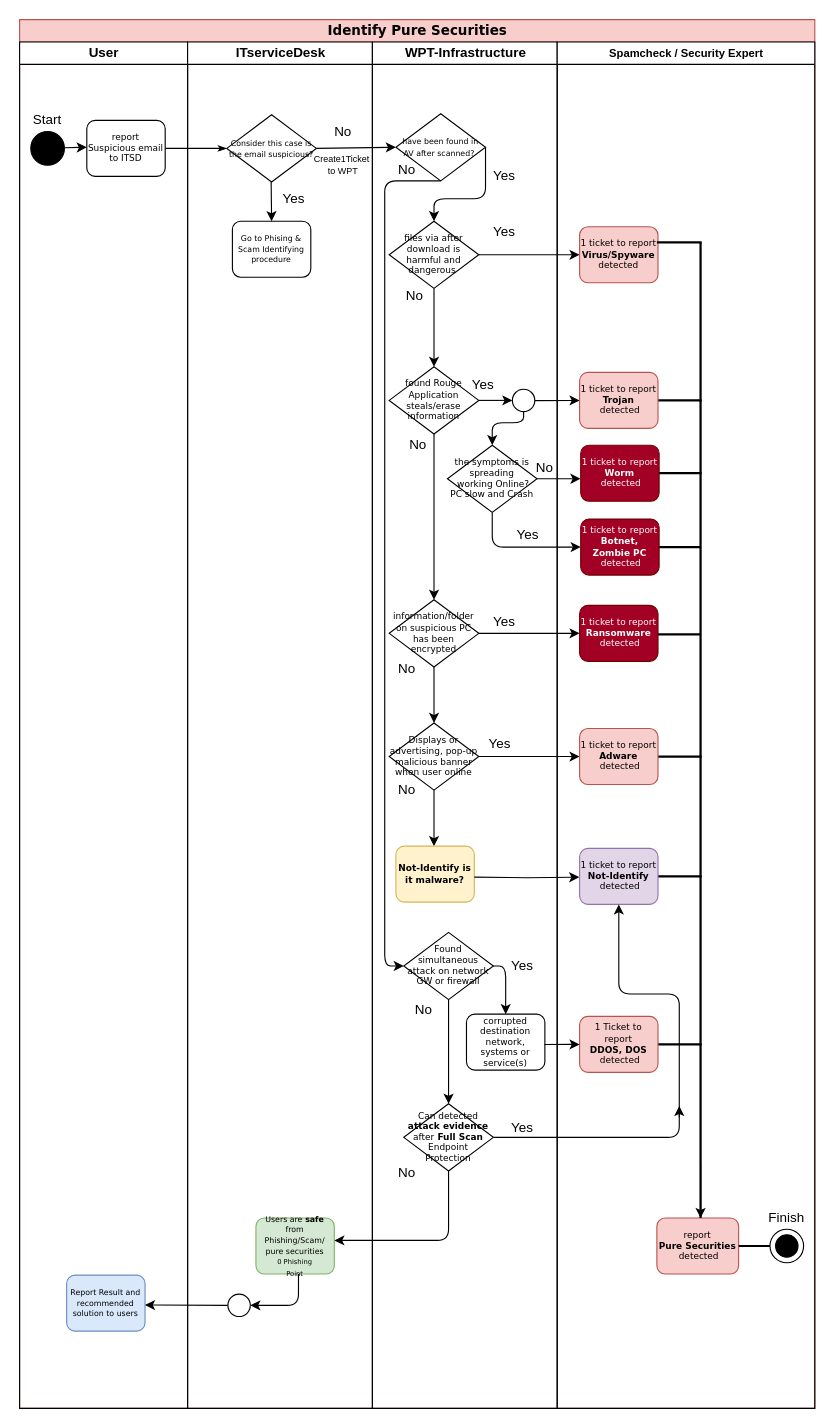
This is Untitled Diagram.drawio from psukasame/sukasamecloud, a draw.io file, before an edit. Source tidied: cells renumbered, new cells numbered last; positions are measured from the earlier drawing's top-left corner, leaving out a move shared by most shapes. Both pictures are drawn from the tidied source at 112%, with x=0, y=0 at pixel (19, 19).
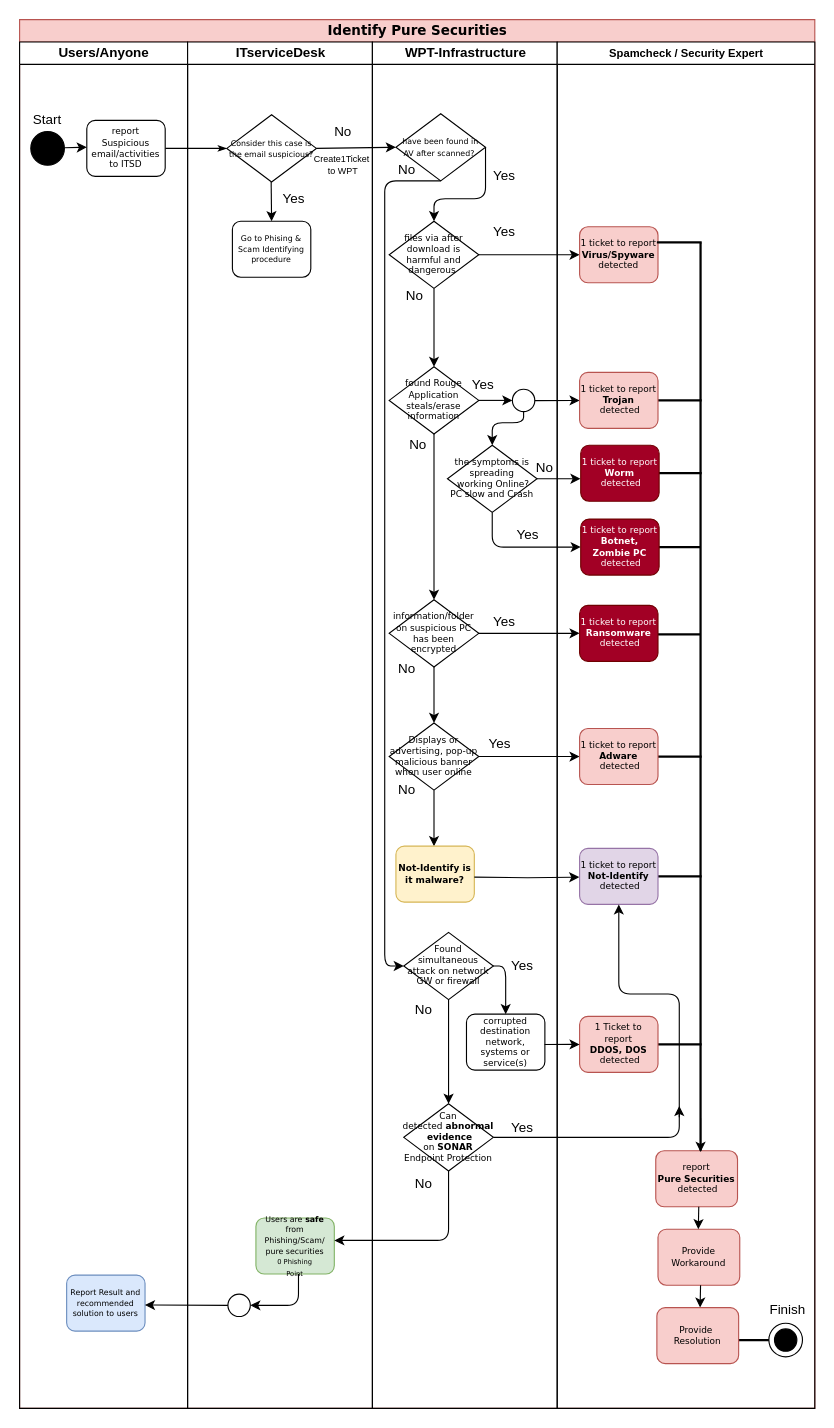
The same diagram, later.

Unchanged cells that the change refers to:
```xml
<mxCell id="2" value="&lt;font style=&quot;font-size: 12px&quot;&gt;Identify Pure Securities&lt;/font&gt;" style="swimlane;html=1;startSize=20;rounded=0;shadow=0;labelBackgroundColor=none;strokeWidth=1;fontFamily=Verdana;fontSize=8;align=center;fillColor=#f8cecc;strokeColor=#b85450;" parent="1" vertex="1">
  <mxGeometry width="710" height="1240" as="geometry" />
</mxCell>
<mxCell id="22" value="WPT-Infrastructure" style="swimlane;html=1;startSize=20;" parent="2" vertex="1">
  <mxGeometry x="315" y="20" width="165" height="1220" as="geometry" />
</mxCell>
<mxCell id="67" value="&lt;font style=&quot;font-size: 10px&quot;&gt;Spamcheck / Security Expert&lt;/font&gt;" style="swimlane;html=1;startSize=20;" parent="2" vertex="1">
  <mxGeometry x="480" y="20" width="230" height="1220" as="geometry" />
</mxCell>
```

What changed in the source:
```diff
@@
-    <mxCell id="4" value="User" style="swimlane;html=1;startSize=20;" parent="2" vertex="1">
+    <mxCell id="4" value="Users/Anyone" style="swimlane;html=1;startSize=20;" parent="2" vertex="1">
       <mxGeometry y="20" width="150" height="1220" as="geometry" />
     </mxCell>
-    <mxCell id="5" value="report&lt;br&gt;Suspicious email&lt;br&gt;to ITSD" style="rounded=1;whiteSpace=wrap;html=1;shadow=0;labelBackgroundColor=none;strokeWidth=1;fontFamily=Verdana;fontSize=8;align=center;" parent="4" vertex="1">
+    <mxCell id="5" value="report&lt;br&gt;Suspicious email/activities&lt;br&gt;to ITSD" style="rounded=1;whiteSpace=wrap;html=1;shadow=0;labelBackgroundColor=none;strokeWidth=1;fontFamily=Verdana;fontSize=8;align=center;" parent="4" vertex="1">
       <mxGeometry x="60" y="70" width="70" height="50" as="geometry" />
     </mxCell>
@@
     <mxCell id="59" value="No" style="text;html=1;strokeColor=none;fillColor=none;align=center;verticalAlign=middle;whiteSpace=wrap;rounded=0;" parent="22" vertex="1">
-      <mxGeometry x="11" y="1000" width="40" height="20" as="geometry" />
+      <mxGeometry x="26" y="1010" width="40" height="20" as="geometry" />
     </mxCell>
@@
-    <mxCell id="83" value="Finish" style="text;html=1;strokeColor=none;fillColor=none;align=center;verticalAlign=middle;whiteSpace=wrap;rounded=0;" parent="67" vertex="1">
-      <mxGeometry x="185" y="1040" width="40" height="20" as="geometry" />
-    </mxCell>
     <mxCell id="84" value="report&lt;br&gt;&lt;b&gt;Pure Securities&lt;br&gt;&lt;/b&gt;&amp;nbsp;detected" style="rounded=1;whiteSpace=wrap;html=1;shadow=0;labelBackgroundColor=none;strokeWidth=1;fontFamily=Verdana;fontSize=8;align=center;fillColor=#f8cecc;strokeColor=#b85450;" parent="67" vertex="1">
-      <mxGeometry x="89" y="1050" width="73" height="50" as="geometry" />
+      <mxGeometry x="88" y="990" width="73" height="50" as="geometry" />
     </mxCell>
     <mxCell id="85" style="line;strokeWidth=2;direction=south;html=1;fillColor=#000000;" parent="67" vertex="1">
-      <mxGeometry x="123" y="179" width="10" height="871" as="geometry" />
+      <mxGeometry x="123" y="179" width="10" height="811" as="geometry" />
     </mxCell>
+    <mxCell id="90" value="1 ticket to report &lt;b&gt;Virus/Spyware&lt;/b&gt; detected" style="rounded=1;whiteSpace=wrap;html=1;shadow=0;labelBackgroundColor=none;strokeWidth=1;fontFamily=Verdana;fontSize=8;align=center;fillColor=#f8cecc;strokeColor=#b85450;" parent="67" vertex="1">
+      <mxGeometry x="20" y="165" width="70" height="50" as="geometry" />
+    </mxCell>
+    <mxCell id="91" style="endArrow=classic;html=1;fontSize=8;" parent="67" edge="1">
+      <mxGeometry relative="1" as="geometry">
+        <mxPoint x="128" y="961" as="sourcePoint" />
+        <mxPoint x="128" y="991" as="targetPoint" />
+      </mxGeometry>
+    </mxCell>
+    <mxCell id="96" value="Provide Workaround" style="rounded=1;whiteSpace=wrap;html=1;shadow=0;labelBackgroundColor=none;strokeWidth=1;fontFamily=Verdana;fontSize=8;align=center;fillColor=#f8cecc;strokeColor=#b85450;" parent="67" vertex="1">
+      <mxGeometry x="90" y="1060" width="73" height="50" as="geometry" />
+    </mxCell>
+    <mxCell id="83" value="Finish" style="text;html=1;strokeColor=none;fillColor=none;align=center;verticalAlign=middle;whiteSpace=wrap;rounded=0;" parent="67" vertex="1">
+      <mxGeometry x="186" y="1122" width="40" height="20" as="geometry" />
+    </mxCell>
     <mxCell id="86" style="line;strokeWidth=2;html=1;fillColor=#000000;" parent="67" vertex="1">
-      <mxGeometry x="162" y="1070" width="38" height="10" as="geometry" />
+      <mxGeometry x="161" y="1154" width="38" height="10" as="geometry" />
     </mxCell>
     <mxCell id="87" style="group;" parent="67" vertex="1">
-      <mxGeometry x="190" y="1060" width="30" height="30" as="geometry" />
+      <mxGeometry x="189" y="1144" width="30" height="30" as="geometry" />
     </mxCell>
@@
-    <mxCell id="90" value="1 ticket to report &lt;b&gt;Virus/Spyware&lt;/b&gt; detected" style="rounded=1;whiteSpace=wrap;html=1;shadow=0;labelBackgroundColor=none;strokeWidth=1;fontFamily=Verdana;fontSize=8;align=center;fillColor=#f8cecc;strokeColor=#b85450;" parent="67" vertex="1">
-      <mxGeometry x="20" y="165" width="70" height="50" as="geometry" />
-    </mxCell>
-    <mxCell id="91" style="endArrow=classic;html=1;fontSize=8;" parent="67" edge="1">
-      <mxGeometry relative="1" as="geometry">
-        <mxPoint x="128" y="1000" as="sourcePoint" />
-        <mxPoint x="128" y="1050" as="targetPoint" />
-      </mxGeometry>
-    </mxCell>
+    <mxCell id="97" style="endArrow=classic;html=1;" parent="67" edge="1">
+      <mxGeometry relative="1" as="geometry">
+        <mxPoint x="126.4" y="1040" as="sourcePoint" />
+        <mxPoint x="126" y="1060" as="targetPoint" />
+      </mxGeometry>
+    </mxCell>
+    <mxCell id="98" style="endArrow=classic;html=1;" parent="67" edge="1">
+      <mxGeometry relative="1" as="geometry">
+        <mxPoint x="128" y="1110" as="sourcePoint" />
+        <mxPoint x="127.6" y="1130" as="targetPoint" />
+      </mxGeometry>
+    </mxCell>
@@
-    <mxCell id="93" value="Can detected&lt;b&gt; attack&amp;nbsp;evidence&lt;/b&gt;&lt;br&gt;after&lt;b&gt; Full Scan&lt;/b&gt;&lt;br&gt;Endpoint Protection" style="rhombus;whiteSpace=wrap;html=1;rounded=0;shadow=0;labelBackgroundColor=none;strokeWidth=1;fontFamily=Verdana;fontSize=8;align=center;" parent="1" vertex="1">
+    <mxCell id="93" value="Can detected&lt;b&gt;&amp;nbsp;abnormal&lt;br&gt;&amp;nbsp;evidence&lt;/b&gt;&lt;br&gt;on &lt;b&gt;SONAR&lt;/b&gt;&lt;br&gt;Endpoint Protection" style="rhombus;whiteSpace=wrap;html=1;rounded=0;shadow=0;labelBackgroundColor=none;strokeWidth=1;fontFamily=Verdana;fontSize=8;align=center;" parent="1" vertex="1">
       <mxGeometry x="343" y="968" width="80" height="60" as="geometry" />
     </mxCell>
@@
+    <mxCell id="99" value="Provide&amp;nbsp;&lt;br&gt;Resolution" style="rounded=1;whiteSpace=wrap;html=1;shadow=0;labelBackgroundColor=none;strokeWidth=1;fontFamily=Verdana;fontSize=8;align=center;fillColor=#f8cecc;strokeColor=#b85450;" parent="1" vertex="1">
+      <mxGeometry x="569" y="1150" width="73" height="50" as="geometry" />
+    </mxCell>
```
